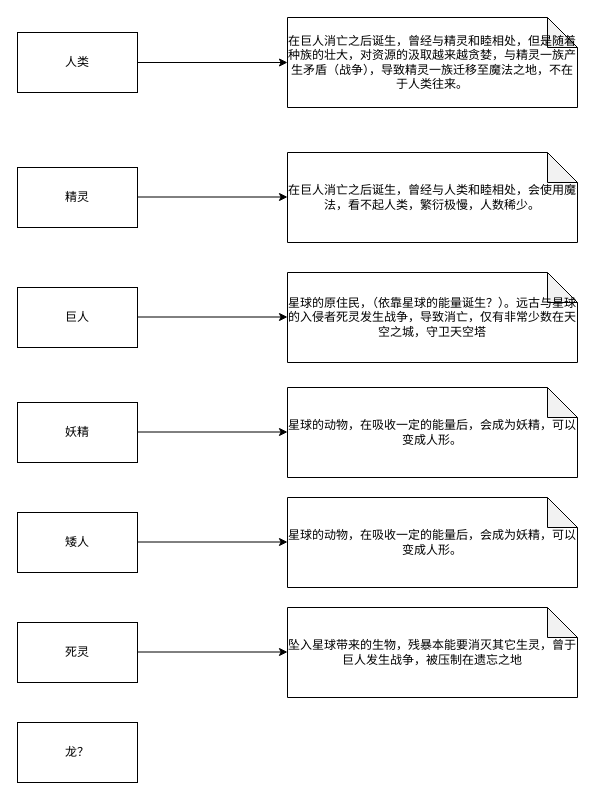
Earlier version of the draw.io diagram page "ethnic" (5 of 10) of unity.drawio (goldmine/base). Source tidied: cells renumbered, new cells numbered last; positions are measured from the earlier drawing's top-left corner, leaving out a move shared by most shapes. Both pictures are drawn from the tidied source at 100%, with x=0, y=0 at pixel (17, 17).
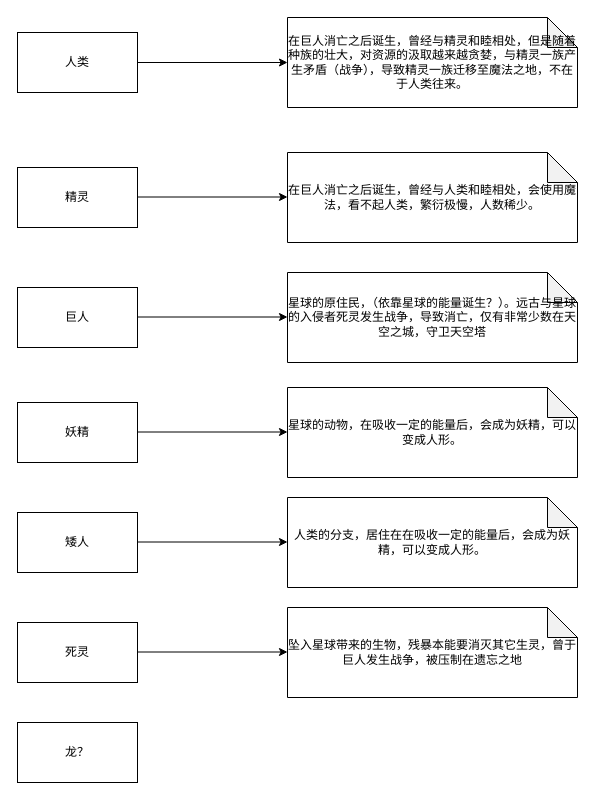
The same page after the edit.

Change to the diagram source:
```diff
@@
-    <mxCell id="16" value="星球的动物，在吸收一定的能量后，会成为妖精，可以变成人形。" style="shape=note;whiteSpace=wrap;html=1;backgroundOutline=1;darkOpacity=0.05;" parent="1" vertex="1">
+    <mxCell id="16" value="人类的分支，居住在在吸收一定的能量后，会成为妖精，可以变成人形。" style="shape=note;whiteSpace=wrap;html=1;backgroundOutline=1;darkOpacity=0.05;" parent="1" vertex="1">
       <mxGeometry x="270" y="480" width="290" height="90" as="geometry" />
     </mxCell>
```
